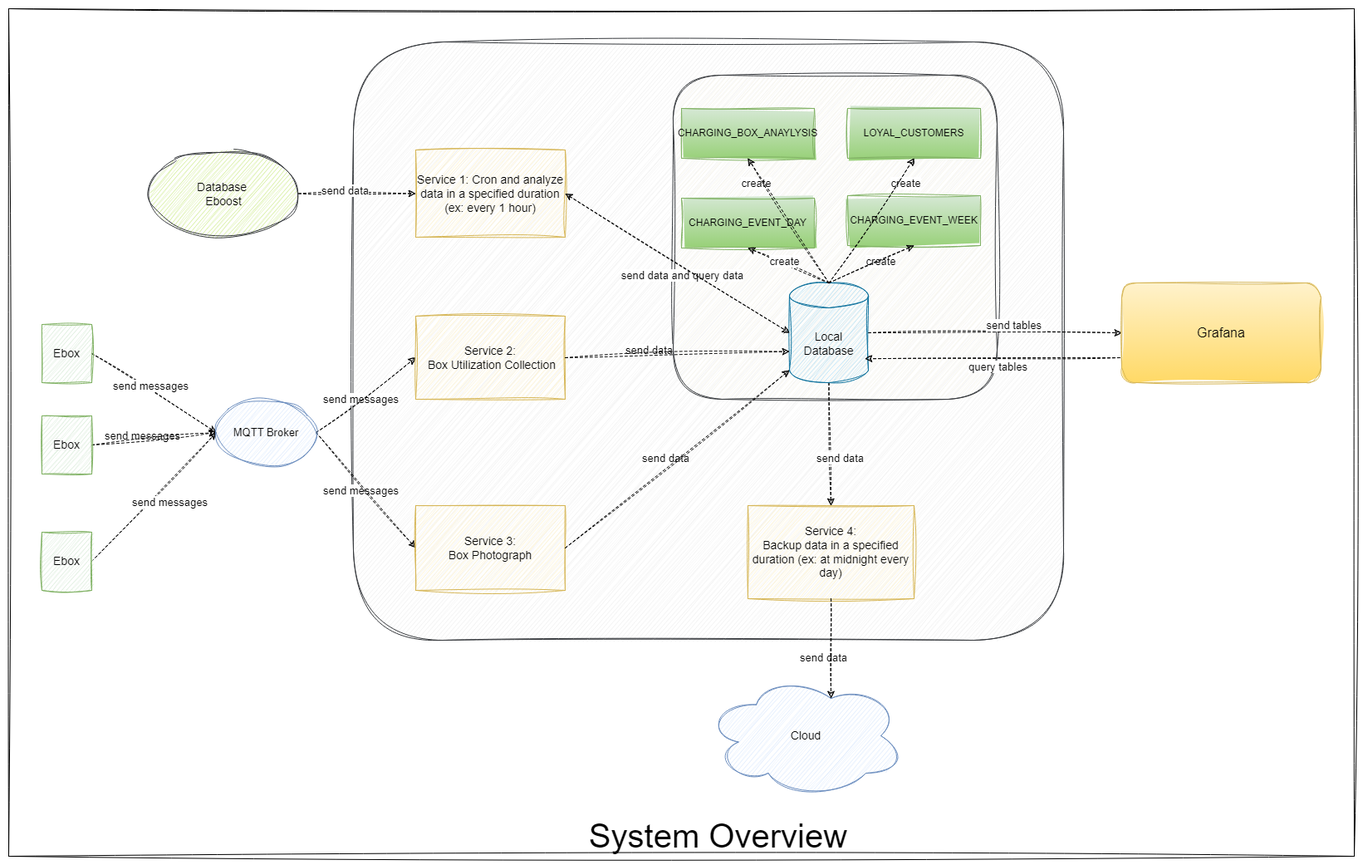
Duke0503/Evida keeps this draw.io diagram as Images/overview.png. Above is the earlier version. Source tidied: cells renumbered, new cells last; positions are measured from the earlier drawing's top-left corner, leaving out a move shared by most shapes.
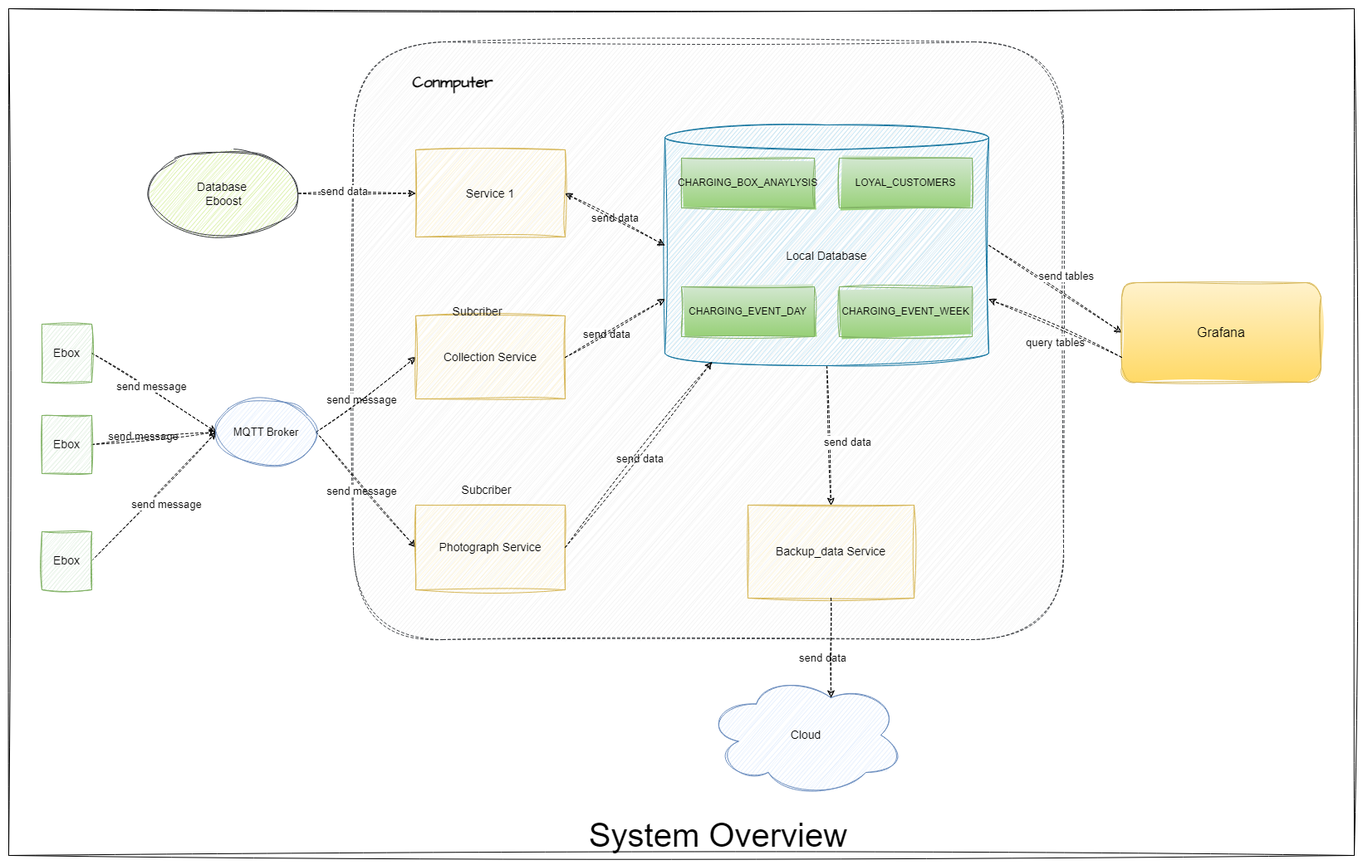
The same diagram one commit later.

Diff of the diagram source:
```diff
@@ -7,8 +7,5 @@
     </mxCell>
-    <mxCell id="3" style="rounded=1;whiteSpace=wrap;html=1;fillColor=#eeeeee;strokeColor=#36393d;sketch=1;curveFitting=1;jiggle=2;" parent="1" vertex="1">
+    <mxCell id="3" style="rounded=1;whiteSpace=wrap;html=1;fillColor=#eeeeee;strokeColor=#36393d;sketch=1;curveFitting=1;jiggle=2;dashed=1;" parent="1" vertex="1">
       <mxGeometry x="415" y="40" width="855" height="720" as="geometry" />
     </mxCell>
-    <mxCell id="4" style="rounded=1;whiteSpace=wrap;html=1;fillColor=#f9f7ed;strokeColor=#36393d;sketch=1;curveFitting=1;jiggle=2;" parent="1" vertex="1">
-      <mxGeometry x="800" y="80" width="390" height="390" as="geometry" />
-    </mxCell>
     <mxCell id="5" style="rounded=0;jettySize=auto;html=1;exitX=1;exitY=0.5;exitDx=0;exitDy=0;entryX=0;entryY=0.5;entryDx=0;entryDy=0;dashed=1;fontSize=14;sketch=1;curveFitting=1;jiggle=2;" parent="1" edge="1" source="10" target="17">
@@ -16,3 +13,3 @@
     </mxCell>
-    <mxCell id="6" value="send messages" style="edgeLabel;html=1;align=center;verticalAlign=middle;fontSize=13;sketch=1;curveFitting=1;jiggle=2;" parent="5" vertex="1">
+    <mxCell id="6" value="send message" style="edgeLabel;html=1;align=center;verticalAlign=middle;fontSize=13;sketch=1;curveFitting=1;jiggle=2;" parent="5" vertex="1">
       <mxGeometry x="-0.28" relative="1" as="geometry">
@@ -21,3 +18,3 @@
     </mxCell>
-    <mxCell id="7" value="send messages" style="edgeLabel;html=1;align=center;verticalAlign=middle;fontSize=13;sketch=1;curveFitting=1;jiggle=2;" parent="5" vertex="1">
+    <mxCell id="7" value="send message" style="edgeLabel;html=1;align=center;verticalAlign=middle;fontSize=13;sketch=1;curveFitting=1;jiggle=2;" parent="5" vertex="1">
       <mxGeometry x="-0.28" relative="1" as="geometry">
@@ -26,3 +23,3 @@
     </mxCell>
-    <mxCell id="8" value="send messages" style="edgeLabel;html=1;align=center;verticalAlign=middle;fontSize=13;sketch=1;curveFitting=1;jiggle=2;" parent="5" vertex="1">
+    <mxCell id="8" value="send message" style="edgeLabel;html=1;align=center;verticalAlign=middle;fontSize=13;sketch=1;curveFitting=1;jiggle=2;" parent="5" vertex="1">
       <mxGeometry x="-0.28" relative="1" as="geometry">
@@ -31,3 +28,3 @@
     </mxCell>
-    <mxCell id="9" value="send messages" style="edgeLabel;html=1;align=center;verticalAlign=middle;fontSize=13;sketch=1;curveFitting=1;jiggle=2;" parent="5" vertex="1">
+    <mxCell id="9" value="send message" style="edgeLabel;html=1;align=center;verticalAlign=middle;fontSize=13;sketch=1;curveFitting=1;jiggle=2;" parent="5" vertex="1">
       <mxGeometry x="-0.28" relative="1" as="geometry">
@@ -60,14 +57,14 @@
     </mxCell>
+    <mxCell id="20" style="rounded=0;sketch=1;hachureGap=4;jiggle=2;curveFitting=1;jettySize=auto;html=1;exitX=1;exitY=0.5;exitDx=0;exitDy=0;exitPerimeter=0;entryX=0;entryY=0.5;entryDx=0;entryDy=0;fontFamily=Architects Daughter;fontSource=https%3A%2F%2Ffonts.googleapis.com%2Fcss%3Ffamily%3DArchitects%2BDaughter;dashed=1;" parent="1" edge="1" source="21" target="41">
+      <mxGeometry relative="1" as="geometry" />
+    </mxCell>
+    <mxCell id="19" style="rounded=0;sketch=1;hachureGap=4;jiggle=2;curveFitting=1;jettySize=auto;html=1;exitX=0.5;exitY=1;exitDx=0;exitDy=0;exitPerimeter=0;entryX=0.5;entryY=0;entryDx=0;entryDy=0;fontFamily=Architects Daughter;fontSource=https%3A%2F%2Ffonts.googleapis.com%2Fcss%3Ffamily%3DArchitects%2BDaughter;dashed=1;" parent="1" edge="1" source="21" target="34">
+      <mxGeometry relative="1" as="geometry" />
+    </mxCell>
+    <mxCell id="21" value="&lt;font style=&quot;font-size: 14px;&quot;&gt;Local Database&lt;/font&gt;" style="shape=cylinder3;whiteSpace=wrap;html=1;boundedLbl=1;backgroundOutline=1;size=15;fillColor=#b1ddf0;strokeColor=#10739e;sketch=1;curveFitting=1;jiggle=2;" parent="1" vertex="1">
+      <mxGeometry x="790" y="140" width="390" height="290" as="geometry" />
+    </mxCell>
-    <mxCell id="18" value="&lt;div&gt;&lt;font style=&quot;font-size: 14px;&quot;&gt;Service 2:&lt;/font&gt;&lt;/div&gt;&lt;div&gt;&lt;font style=&quot;font-size: 14px;&quot;&gt;&amp;nbsp;Box Utilization Collection&lt;/font&gt;&lt;/div&gt;" style="rounded=0;whiteSpace=wrap;html=1;fillColor=#fff2cc;strokeColor=#d6b656;sketch=1;curveFitting=1;jiggle=2;" parent="1" vertex="1">
+    <mxCell id="18" value="&lt;div&gt;&lt;font style=&quot;font-size: 14px;&quot;&gt;Collection Service&lt;/font&gt;&lt;/div&gt;" style="rounded=0;whiteSpace=wrap;html=1;fillColor=#fff2cc;strokeColor=#d6b656;sketch=1;curveFitting=1;jiggle=2;" parent="1" vertex="1">
       <mxGeometry x="490" y="370" width="180" height="100" as="geometry" />
     </mxCell>
-    <mxCell id="19" style="rounded=0;jettySize=auto;html=1;exitX=0.5;exitY=1;exitDx=0;exitDy=0;exitPerimeter=0;entryX=0.5;entryY=0;entryDx=0;entryDy=0;dashed=1;sketch=1;curveFitting=1;jiggle=2;" parent="1" edge="1" source="21" target="34">
-      <mxGeometry relative="1" as="geometry" />
-    </mxCell>
-    <mxCell id="20" style="rounded=0;jettySize=auto;html=1;exitX=1;exitY=0.5;exitDx=0;exitDy=0;exitPerimeter=0;entryX=0;entryY=0.5;entryDx=0;entryDy=0;dashed=1;sketch=1;curveFitting=1;jiggle=2;" parent="1" edge="1" source="21" target="41">
-      <mxGeometry relative="1" as="geometry" />
-    </mxCell>
-    <mxCell id="21" value="&lt;font style=&quot;font-size: 14px;&quot;&gt;Local Database&lt;/font&gt;" style="shape=cylinder3;whiteSpace=wrap;html=1;boundedLbl=1;backgroundOutline=1;size=15;fillColor=#b1ddf0;strokeColor=#10739e;sketch=1;curveFitting=1;jiggle=2;" parent="1" vertex="1">
-      <mxGeometry x="940" y="330" width="95" height="120" as="geometry" />
-    </mxCell>
     <mxCell id="22" style="rounded=0;jettySize=auto;html=1;exitX=1;exitY=0.5;exitDx=0;exitDy=0;entryX=0;entryY=0.5;entryDx=0;entryDy=0;dashed=1;sketch=1;curveFitting=1;jiggle=2;" parent="1" edge="1" source="31" target="32">
@@ -78,10 +75,5 @@
     </mxCell>
-    <mxCell id="24" value="send data and query data" style="edgeLabel;html=1;align=center;verticalAlign=middle;fontSize=13;sketch=1;curveFitting=1;jiggle=2;" parent="22" vertex="1">
-      <mxGeometry x="-0.22" y="4" relative="1" as="geometry">
-        <mxPoint x="406" y="102" as="offset" />
-      </mxGeometry>
-    </mxCell>
     <mxCell id="25" value="send data" style="edgeLabel;html=1;align=center;verticalAlign=middle;fontSize=13;sketch=1;curveFitting=1;jiggle=2;" parent="22" vertex="1">
       <mxGeometry x="-0.22" y="4" relative="1" as="geometry">
-        <mxPoint x="366" y="192" as="offset" />
+        <mxPoint x="316" y="172" as="offset" />
       </mxGeometry>
@@ -90,3 +82,3 @@
       <mxGeometry x="-0.22" y="4" relative="1" as="geometry">
-        <mxPoint x="386" y="322" as="offset" />
+        <mxPoint x="356" y="322" as="offset" />
       </mxGeometry>
@@ -95,3 +87,3 @@
       <mxGeometry x="-0.22" y="4" relative="1" as="geometry">
-        <mxPoint x="596" y="322" as="offset" />
+        <mxPoint x="606" y="302" as="offset" />
       </mxGeometry>
@@ -105,3 +97,3 @@
       <mxGeometry x="-0.22" y="4" relative="1" as="geometry">
-        <mxPoint x="807" y="162" as="offset" />
+        <mxPoint x="871" y="102" as="offset" />
       </mxGeometry>
@@ -110,5 +102,10 @@
       <mxGeometry x="-0.22" y="4" relative="1" as="geometry">
-        <mxPoint x="786" y="212" as="offset" />
+        <mxPoint x="856" y="182" as="offset" />
       </mxGeometry>
     </mxCell>
+    <mxCell id="56" value="send data" style="edgeLabel;html=1;align=center;verticalAlign=middle;fontSize=13;sketch=1;curveFitting=1;jiggle=2;" parent="22" vertex="1">
+      <mxGeometry x="-0.22" y="4" relative="1" as="geometry">
+        <mxPoint x="326" y="32" as="offset" />
+      </mxGeometry>
+    </mxCell>
     <mxCell id="31" value="&lt;font style=&quot;font-size: 14px;&quot;&gt;Database&amp;nbsp;&lt;/font&gt;&lt;div style=&quot;font-size: 14px;&quot;&gt;&lt;font style=&quot;font-size: 14px;&quot;&gt;Eboost&lt;/font&gt;&lt;/div&gt;" style="ellipse;whiteSpace=wrap;html=1;fillColor=#cdeb8b;strokeColor=#36393d;fontSize=14;sketch=1;curveFitting=1;jiggle=2;" parent="1" vertex="1">
@@ -116,9 +113,9 @@
     </mxCell>
-    <mxCell id="32" value="&lt;font style=&quot;font-size: 14px;&quot;&gt;Service 1: Cron and analyze data in a specified duration (ex: every 1 hour)&lt;/font&gt;" style="rounded=0;whiteSpace=wrap;html=1;fillColor=#fff2cc;strokeColor=#d6b656;sketch=1;curveFitting=1;jiggle=2;" parent="1" vertex="1">
+    <mxCell id="32" value="&lt;font style=&quot;font-size: 14px;&quot;&gt;Service 1&lt;/font&gt;" style="rounded=0;whiteSpace=wrap;html=1;fillColor=#fff2cc;strokeColor=#d6b656;sketch=1;curveFitting=1;jiggle=2;" parent="1" vertex="1">
       <mxGeometry x="490" y="170" width="180" height="105" as="geometry" />
     </mxCell>
-    <mxCell id="33" value="&lt;font style=&quot;font-size: 14px;&quot;&gt;Service 3:&lt;/font&gt;&lt;div&gt;&lt;span style=&quot;font-size: 14px;&quot;&gt;Box Photograph&lt;/span&gt;&lt;br&gt;&lt;/div&gt;" style="rounded=0;whiteSpace=wrap;html=1;fillColor=#fff2cc;strokeColor=#d6b656;sketch=1;curveFitting=1;jiggle=2;" parent="1" vertex="1">
+    <mxCell id="33" value="&lt;font style=&quot;font-size: 14px;&quot;&gt;Photograph Service&lt;/font&gt;" style="rounded=0;whiteSpace=wrap;html=1;fillColor=#fff2cc;strokeColor=#d6b656;sketch=1;curveFitting=1;jiggle=2;" parent="1" vertex="1">
       <mxGeometry x="490" y="598" width="180" height="102" as="geometry" />
     </mxCell>
-    <mxCell id="34" value="&lt;div&gt;&lt;font style=&quot;font-size: 14px;&quot;&gt;Service 4:&lt;/font&gt;&lt;/div&gt;&lt;font style=&quot;font-size: 14px;&quot;&gt;Backup data in a specified duration (ex: at midnight every day)&lt;/font&gt;" style="rounded=0;whiteSpace=wrap;html=1;fillColor=#fff2cc;strokeColor=#d6b656;sketch=1;curveFitting=1;jiggle=2;" parent="1" vertex="1">
+    <mxCell id="34" value="&lt;font style=&quot;font-size: 14px;&quot;&gt;Backup_data Service&lt;/font&gt;" style="rounded=0;whiteSpace=wrap;html=1;fillColor=#fff2cc;strokeColor=#d6b656;sketch=1;curveFitting=1;jiggle=2;" parent="1" vertex="1">
       <mxGeometry x="890" y="598" width="200" height="112" as="geometry" />
@@ -126,18 +123,22 @@
     <mxCell id="35" value="CHARGING_EVENT_DAY" style="rounded=0;whiteSpace=wrap;html=1;fillColor=#d5e8d4;gradientColor=#97d077;strokeColor=#82b366;sketch=1;curveFitting=1;jiggle=2;" parent="1" vertex="1">
-      <mxGeometry x="810" y="228" width="160" height="60" as="geometry" />
+      <mxGeometry x="810" y="335" width="160" height="60" as="geometry" />
     </mxCell>
     <mxCell id="36" value="CHARGING_EVENT_WEEK" style="rounded=0;whiteSpace=wrap;html=1;fillColor=#d5e8d4;gradientColor=#97d077;strokeColor=#82b366;sketch=1;curveFitting=1;jiggle=2;" parent="1" vertex="1">
-      <mxGeometry x="1010" y="225" width="160" height="60" as="geometry" />
+      <mxGeometry x="1000" y="335" width="160" height="60" as="geometry" />
     </mxCell>
     <mxCell id="37" value="CHARGING_BOX_ANAYLYSIS" style="rounded=0;whiteSpace=wrap;html=1;fillColor=#d5e8d4;gradientColor=#97d077;strokeColor=#82b366;sketch=1;curveFitting=1;jiggle=2;" parent="1" vertex="1">
-      <mxGeometry x="810" y="120" width="160" height="60" as="geometry" />
+      <mxGeometry x="810" y="180" width="160" height="60" as="geometry" />
     </mxCell>
     <mxCell id="38" value="LOYAL_CUSTOMERS" style="rounded=0;whiteSpace=wrap;html=1;fillColor=#d5e8d4;gradientColor=#97d077;strokeColor=#82b366;sketch=1;curveFitting=1;jiggle=2;" parent="1" vertex="1">
-      <mxGeometry x="1010" y="120" width="160" height="60" as="geometry" />
+      <mxGeometry x="1000" y="180" width="160" height="60" as="geometry" />
     </mxCell>
-    <mxCell id="39" value="send messages" style="edgeLabel;html=1;align=center;verticalAlign=middle;fontSize=13;sketch=1;curveFitting=1;jiggle=2;" parent="1" vertex="1">
-      <mxGeometry x="188.7" y="594.9" as="geometry">
-        <mxPoint x="5" y="-2" as="offset" />
-      </mxGeometry>
+    <mxCell id="39" value="send message" style="edgeLabel;html=1;align=center;verticalAlign=middle;fontSize=13;sketch=1;curveFitting=1;jiggle=2;" parent="1" vertex="1">
+      <mxGeometry x="188.7" y="594.9" as="geometry" />
     </mxCell>
+    <mxCell id="57" value="Subcriber" style="text;html=1;align=center;verticalAlign=middle;strokeColor=none;fillColor=none;fontSize=14;sketch=1;curveFitting=1;jiggle=2;" parent="1" vertex="1">
+      <mxGeometry x="524" y="350" width="80" height="30" as="geometry" />
+    </mxCell>
+    <mxCell id="58" value="Subcriber" style="text;html=1;align=center;verticalAlign=middle;strokeColor=none;fillColor=none;fontSize=14;sketch=1;curveFitting=1;jiggle=2;" parent="1" vertex="1">
+      <mxGeometry x="535" y="564.9" width="80" height="30" as="geometry" />
+    </mxCell>
     <mxCell id="40" value="System Overview&amp;nbsp;" style="text;html=1;align=center;verticalAlign=middle;whiteSpace=wrap;rounded=0;fontSize=40;sketch=1;curveFitting=1;jiggle=2;" parent="1" vertex="1">
@@ -148,41 +149,2 @@
     </mxCell>
-    <mxCell id="42" style="endArrow=classic;html=1;rounded=0;exitX=0.5;exitY=0;exitDx=0;exitDy=0;exitPerimeter=0;entryX=0.5;entryY=1;entryDx=0;entryDy=0;dashed=1;sketch=1;curveFitting=1;jiggle=2;" parent="1" edge="1" source="21" target="35">
-      <mxGeometry relative="1" as="geometry" />
-    </mxCell>
-    <mxCell id="43" value="&lt;font style=&quot;font-size: 13px;&quot;&gt;create&lt;/font&gt;" style="edgeLabel;html=1;align=center;verticalAlign=middle;sketch=1;curveFitting=1;jiggle=2;" parent="42" vertex="1">
-      <mxGeometry x="0.12" y="-3" relative="1" as="geometry" />
-    </mxCell>
-    <mxCell id="44" value="&lt;font style=&quot;font-size: 13px;&quot;&gt;create&lt;/font&gt;" style="edgeLabel;html=1;align=center;verticalAlign=middle;sketch=1;curveFitting=1;jiggle=2;" parent="42" vertex="1">
-      <mxGeometry x="0.12" y="-3" relative="1" as="geometry">
-        <mxPoint x="-34" y="-94" as="offset" />
-      </mxGeometry>
-    </mxCell>
-    <mxCell id="45" value="&lt;font style=&quot;font-size: 13px;&quot;&gt;create&lt;/font&gt;" style="edgeLabel;html=1;align=center;verticalAlign=middle;sketch=1;curveFitting=1;jiggle=2;" parent="42" vertex="1">
-      <mxGeometry x="0.12" y="-3" relative="1" as="geometry">
-        <mxPoint x="146" y="-94" as="offset" />
-      </mxGeometry>
-    </mxCell>
-    <mxCell id="46" value="&lt;font style=&quot;font-size: 13px;&quot;&gt;create&lt;/font&gt;" style="edgeLabel;html=1;align=center;verticalAlign=middle;sketch=1;curveFitting=1;jiggle=2;" parent="42" vertex="1">
-      <mxGeometry x="0.12" y="-3" relative="1" as="geometry">
-        <mxPoint x="116" as="offset" />
-      </mxGeometry>
-    </mxCell>
-    <mxCell id="47" style="endArrow=classic;html=1;rounded=0;exitX=0.5;exitY=0;exitDx=0;exitDy=0;exitPerimeter=0;entryX=0.5;entryY=1;entryDx=0;entryDy=0;dashed=1;sketch=1;curveFitting=1;jiggle=2;" parent="1" edge="1" source="21" target="36">
-      <mxGeometry relative="1" as="geometry" />
-    </mxCell>
-    <mxCell id="48" style="endArrow=classic;html=1;rounded=0;exitX=0.5;exitY=0;exitDx=0;exitDy=0;exitPerimeter=0;entryX=0.5;entryY=1;entryDx=0;entryDy=0;dashed=1;sketch=1;curveFitting=1;jiggle=2;" parent="1" edge="1" source="21" target="37">
-      <mxGeometry relative="1" as="geometry" />
-    </mxCell>
-    <mxCell id="49" style="endArrow=classic;html=1;rounded=0;exitX=0.5;exitY=0;exitDx=0;exitDy=0;exitPerimeter=0;entryX=0.5;entryY=1;entryDx=0;entryDy=0;dashed=1;sketch=1;curveFitting=1;jiggle=2;" parent="1" edge="1" source="21" target="38">
-      <mxGeometry relative="1" as="geometry" />
-    </mxCell>
-    <mxCell id="50" style="rounded=0;jettySize=auto;html=1;exitX=1;exitY=0.5;exitDx=0;exitDy=0;entryX=0;entryY=0;entryDx=0;entryDy=82.50000000000001;entryPerimeter=0;dashed=1;sketch=1;curveFitting=1;jiggle=2;" parent="1" edge="1" source="18" target="21">
-      <mxGeometry relative="1" as="geometry" />
-    </mxCell>
-    <mxCell id="51" style="rounded=0;jettySize=auto;html=1;exitX=1;exitY=0.5;exitDx=0;exitDy=0;entryX=0;entryY=1;entryDx=0;entryDy=-15;entryPerimeter=0;dashed=1;sketch=1;curveFitting=1;jiggle=2;" parent="1" edge="1" source="33" target="21">
-      <mxGeometry relative="1" as="geometry" />
-    </mxCell>
-    <mxCell id="52" style="endArrow=classic;startArrow=classic;html=1;rounded=0;entryX=0;entryY=0.5;entryDx=0;entryDy=0;entryPerimeter=0;exitX=1;exitY=0.5;exitDx=0;exitDy=0;dashed=1;sketch=1;curveFitting=1;jiggle=2;" parent="1" edge="1" source="32" target="21">
-      <mxGeometry relative="1" as="geometry" />
-    </mxCell>
     <mxCell id="53" value="&lt;font style=&quot;font-size: 14px;&quot;&gt;Cloud&lt;/font&gt;" style="ellipse;shape=cloud;whiteSpace=wrap;html=1;fillColor=#dae8fc;strokeColor=#6c8ebf;sketch=1;curveFitting=1;jiggle=2;" parent="1" vertex="1">
@@ -193,8 +155,17 @@
     </mxCell>
-    <mxCell id="55" style="rounded=0;orthogonalLoop=1;jettySize=auto;html=1;exitX=0;exitY=0.75;exitDx=0;exitDy=0;entryX=0.979;entryY=0.76;entryDx=0;entryDy=0;entryPerimeter=0;dashed=1;sketch=1;curveFitting=1;jiggle=2;" parent="1" edge="1">
-      <mxGeometry relative="1" as="geometry">
-        <mxPoint x="1338" y="420" as="sourcePoint" />
-        <mxPoint x="1031" y="421.2" as="targetPoint" />
-      </mxGeometry>
-    </mxCell>
+    <mxCell id="59" value="&lt;b style=&quot;font-size: 19px;&quot;&gt;Conmputer&lt;/b&gt;" style="text;html=1;align=center;verticalAlign=middle;whiteSpace=wrap;rounded=0;fontFamily=Architects Daughter;fontSource=https%3A%2F%2Ffonts.googleapis.com%2Fcss%3Ffamily%3DArchitects%2BDaughter;fontSize=19;" parent="1" vertex="1">
+      <mxGeometry x="480" y="70" width="110" height="40" as="geometry" />
+    </mxCell>
+    <mxCell id="60" style="rounded=0;sketch=1;hachureGap=4;jiggle=2;curveFitting=1;jettySize=auto;html=1;exitX=0;exitY=0.75;exitDx=0;exitDy=0;entryX=1;entryY=0;entryDx=0;entryDy=210;entryPerimeter=0;fontFamily=Architects Daughter;fontSource=https%3A%2F%2Ffonts.googleapis.com%2Fcss%3Ffamily%3DArchitects%2BDaughter;dashed=1;" parent="1" edge="1" source="41" target="21">
+      <mxGeometry relative="1" as="geometry" />
+    </mxCell>
+    <mxCell id="50" style="rounded=0;sketch=1;hachureGap=4;jiggle=2;curveFitting=1;jettySize=auto;html=1;exitX=1;exitY=0.5;exitDx=0;exitDy=0;entryX=0;entryY=0;entryDx=0;entryDy=210;entryPerimeter=0;fontFamily=Architects Daughter;fontSource=https%3A%2F%2Ffonts.googleapis.com%2Fcss%3Ffamily%3DArchitects%2BDaughter;dashed=1;" parent="1" edge="1" source="18" target="21">
+      <mxGeometry relative="1" as="geometry" />
+    </mxCell>
+    <mxCell id="52" style="endArrow=classic;startArrow=classic;html=1;rounded=0;sketch=1;hachureGap=4;jiggle=2;curveFitting=1;fontFamily=Architects Daughter;fontSource=https%3A%2F%2Ffonts.googleapis.com%2Fcss%3Ffamily%3DArchitects%2BDaughter;entryX=0;entryY=0.5;entryDx=0;entryDy=0;entryPerimeter=0;exitX=1;exitY=0.5;exitDx=0;exitDy=0;dashed=1;" parent="1" edge="1" source="32" target="21">
+      <mxGeometry relative="1" as="geometry" />
+    </mxCell>
+    <mxCell id="51" style="rounded=0;sketch=1;hachureGap=4;jiggle=2;curveFitting=1;jettySize=auto;html=1;exitX=1;exitY=0.5;exitDx=0;exitDy=0;entryX=0.145;entryY=1;entryDx=0;entryDy=-4.35;entryPerimeter=0;fontFamily=Architects Daughter;fontSource=https%3A%2F%2Ffonts.googleapis.com%2Fcss%3Ffamily%3DArchitects%2BDaughter;dashed=1;" parent="1" edge="1" source="33" target="21">
+      <mxGeometry relative="1" as="geometry" />
+    </mxCell>
   </root>
```
